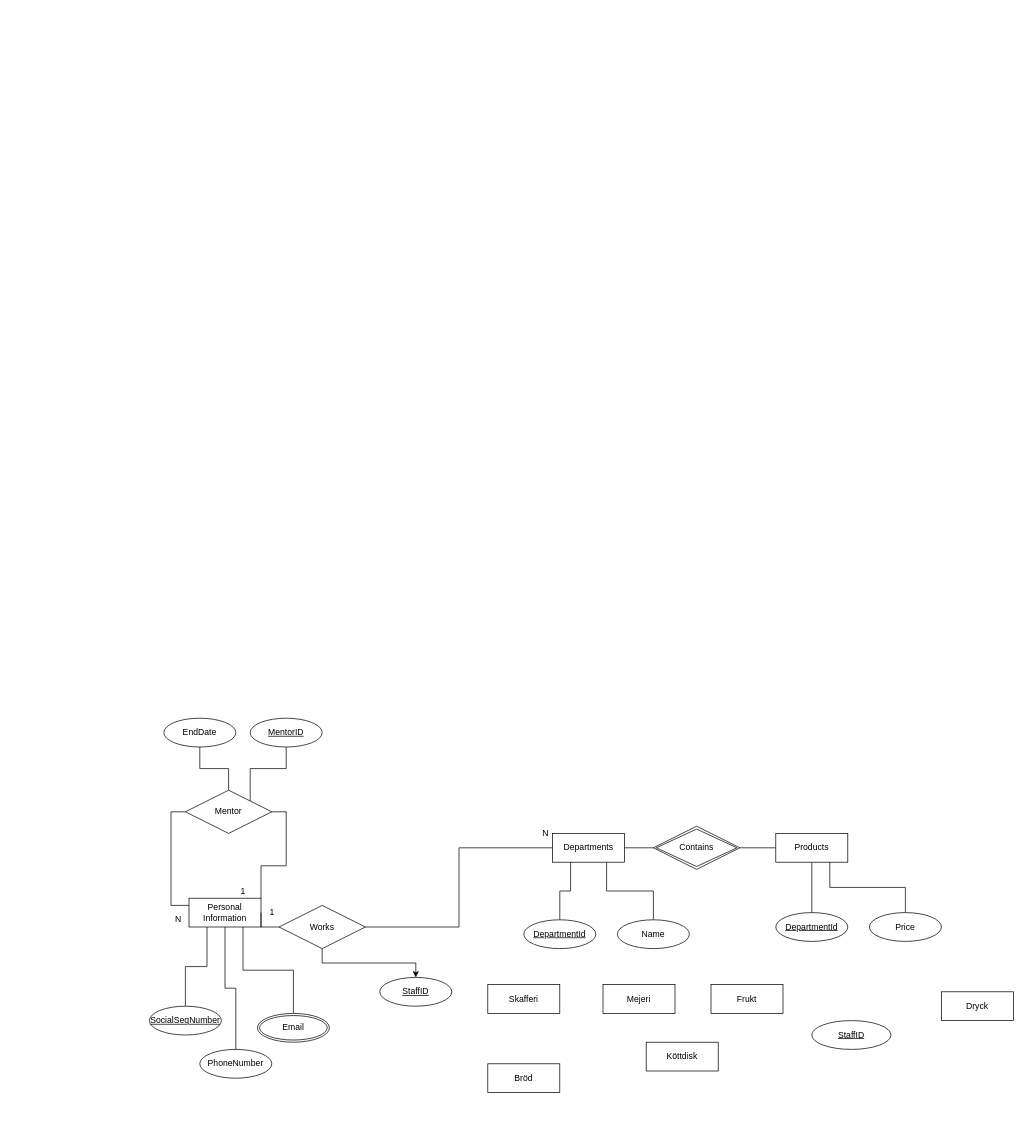
A-Lord/G5ERDIAG keeps this draw.io diagram as sojas.drawio. Above is the earlier version. Source tidied: cells renumbered, new cells numbered last; positions are measured from the earlier drawing's top-left corner, leaving out a move shared by most shapes. Both pictures are drawn from the tidied source at 72%, with x=0, y=0 at pixel (149, 718).
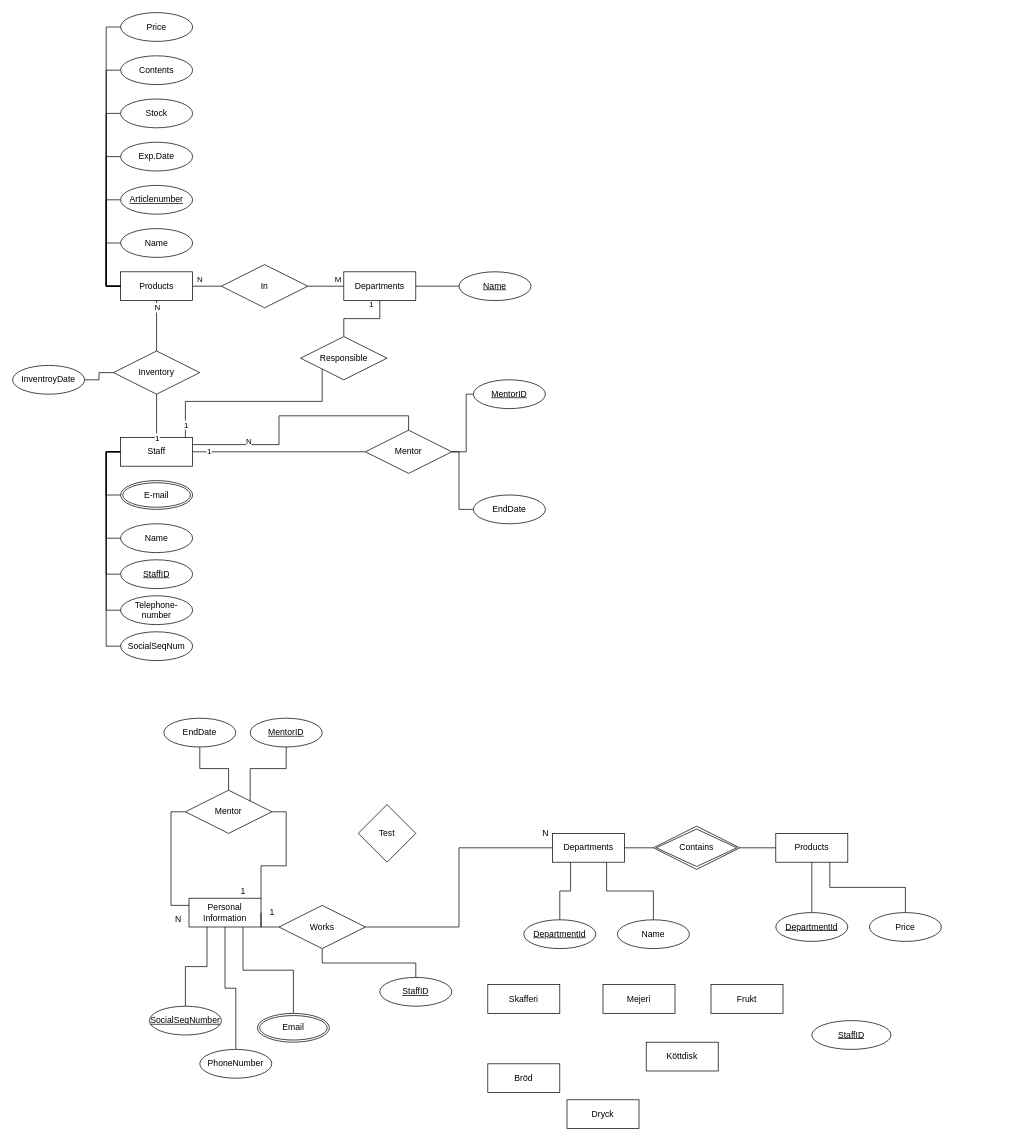
After the change.

Unchanged cells that the change refers to:
```xml
<mxCell id="25" value="StaffID" style="ellipse;whiteSpace=wrap;html=1;align=center;fontStyle=4;" parent="1" vertex="1">
  <mxGeometry x="320" y="360" width="100" height="40" as="geometry" />
</mxCell>
<mxCell id="38" value="Works" style="shape=rhombus;perimeter=rhombusPerimeter;whiteSpace=wrap;html=1;align=center;" parent="1" vertex="1">
  <mxGeometry x="180" y="260" width="120" height="60" as="geometry" />
</mxCell>
```

What changed in the source:
```diff
@@
     <mxCell id="5" value="Dryck" style="whiteSpace=wrap;html=1;align=center;" parent="1" vertex="1">
-      <mxGeometry x="1100" y="380" width="100" height="40" as="geometry" />
+      <mxGeometry x="580" y="530" width="100" height="40" as="geometry" />
     </mxCell>
@@
-    <mxCell id="37" style="edgeStyle=orthogonalEdgeStyle;rounded=0;jettySize=auto;html=1;exitX=0.5;exitY=1;exitDx=0;exitDy=0;entryX=0.5;entryY=0;entryDx=0;entryDy=0;" parent="1" edge="1" source="38" target="25">
+    <mxCell id="37" style="edgeStyle=orthogonalEdgeStyle;rounded=0;jettySize=auto;html=1;exitX=0.5;exitY=1;exitDx=0;exitDy=0;entryX=0.5;entryY=0;entryDx=0;entryDy=0;endArrow=none;endFill=0;" parent="1" edge="1" source="38" target="25">
       <mxGeometry relative="1" as="geometry" />
     </mxCell>
@@
+    <mxCell id="46" value="Test" style="rhombus;whiteSpace=wrap;html=1;" parent="1" vertex="1">
+      <mxGeometry x="290" y="120" width="80" height="80" as="geometry" />
+    </mxCell>
+    <mxCell id="47" value="Name" style="ellipse;whiteSpace=wrap;html=1;align=center;" parent="1" vertex="1">
+      <mxGeometry x="-40" y="-270" width="100" height="40" as="geometry" />
+    </mxCell>
+    <mxCell id="48" style="edgeStyle=orthogonalEdgeStyle;rounded=0;jettySize=auto;html=1;exitX=1;exitY=0.5;exitDx=0;exitDy=0;entryX=0;entryY=0.5;entryDx=0;entryDy=0;endArrow=none;endFill=0;" parent="1" edge="1" source="54" target="60">
+      <mxGeometry relative="1" as="geometry" />
+    </mxCell>
+    <mxCell id="49" value="1" style="edgeLabel;html=1;align=center;verticalAlign=middle;" parent="48" vertex="1">
+      <mxGeometry x="-0.82" y="1" relative="1" as="geometry" />
+    </mxCell>
+    <mxCell id="50" style="edgeStyle=orthogonalEdgeStyle;rounded=0;jettySize=auto;html=1;entryX=0;entryY=0.5;entryDx=0;entryDy=0;endArrow=none;endFill=0;" parent="1" edge="1" target="55">
+      <mxGeometry relative="1" as="geometry">
+        <mxPoint x="-40" y="-370" as="sourcePoint" />
+        <Array as="points">
+          <mxPoint x="-40" y="-370" />
+          <mxPoint x="-60" y="-370" />
+          <mxPoint x="-60" y="-200" />
+        </Array>
+      </mxGeometry>
+    </mxCell>
+    <mxCell id="51" style="edgeStyle=orthogonalEdgeStyle;rounded=0;jettySize=auto;html=1;exitX=0;exitY=0.5;exitDx=0;exitDy=0;entryX=0;entryY=0.5;entryDx=0;entryDy=0;endArrow=none;endFill=0;" parent="1" edge="1" source="54" target="47">
+      <mxGeometry relative="1" as="geometry">
+        <Array as="points">
+          <mxPoint x="-60" y="-370" />
+          <mxPoint x="-60" y="-250" />
+        </Array>
+      </mxGeometry>
+    </mxCell>
+    <mxCell id="52" style="edgeStyle=orthogonalEdgeStyle;rounded=0;jettySize=auto;html=1;exitX=0;exitY=0.5;exitDx=0;exitDy=0;entryX=0;entryY=0.5;entryDx=0;entryDy=0;endArrow=none;endFill=0;" parent="1" edge="1" source="54" target="56">
+      <mxGeometry relative="1" as="geometry" />
+    </mxCell>
+    <mxCell id="53" style="edgeStyle=orthogonalEdgeStyle;rounded=0;jettySize=auto;html=1;exitX=0;exitY=0.5;exitDx=0;exitDy=0;entryX=1;entryY=0.5;entryDx=0;entryDy=0;endArrow=none;endFill=0;" parent="1" edge="1" source="54" target="61">
+      <mxGeometry relative="1" as="geometry">
+        <Array as="points">
+          <mxPoint x="-60" y="-370" />
+          <mxPoint x="-60" y="-150" />
+        </Array>
+      </mxGeometry>
+    </mxCell>
+    <mxCell id="54" value="Staff" style="whiteSpace=wrap;html=1;align=center;" parent="1" vertex="1">
+      <mxGeometry x="-40" y="-390" width="100" height="40" as="geometry" />
+    </mxCell>
+    <mxCell id="55" value="StaffID" style="ellipse;whiteSpace=wrap;html=1;align=center;fontStyle=4;" parent="1" vertex="1">
+      <mxGeometry x="-40" y="-220" width="100" height="40" as="geometry" />
+    </mxCell>
+    <mxCell id="56" value="E-mail" style="ellipse;shape=doubleEllipse;margin=3;whiteSpace=wrap;html=1;align=center;" parent="1" vertex="1">
+      <mxGeometry x="-40" y="-330" width="100" height="40" as="geometry" />
+    </mxCell>
+    <mxCell id="57" style="edgeStyle=orthogonalEdgeStyle;rounded=0;jettySize=auto;html=1;exitX=0.5;exitY=0;exitDx=0;exitDy=0;endArrow=none;endFill=0;entryX=1;entryY=0.25;entryDx=0;entryDy=0;" parent="1" edge="1" source="60" target="54">
+      <mxGeometry relative="1" as="geometry">
+        <Array as="points">
+          <mxPoint x="360" y="-420" />
+          <mxPoint x="180" y="-420" />
+          <mxPoint x="180" y="-380" />
+        </Array>
+      </mxGeometry>
+    </mxCell>
+    <mxCell id="58" value="N" style="edgeLabel;html=1;align=center;verticalAlign=middle;" parent="57" vertex="1">
+      <mxGeometry x="0.58" y="-1" relative="1" as="geometry">
+        <mxPoint x="1" y="-4" as="offset" />
+      </mxGeometry>
+    </mxCell>
+    <mxCell id="59" style="edgeStyle=orthogonalEdgeStyle;rounded=0;jettySize=auto;html=1;exitX=1;exitY=0.5;exitDx=0;exitDy=0;entryX=0;entryY=0.5;entryDx=0;entryDy=0;endArrow=none;endFill=0;" parent="1" edge="1" source="60" target="62">
+      <mxGeometry relative="1" as="geometry">
+        <Array as="points">
+          <mxPoint x="440" y="-370" />
+          <mxPoint x="440" y="-450" />
+        </Array>
+      </mxGeometry>
+    </mxCell>
+    <mxCell id="60" value="Mentor" style="shape=rhombus;perimeter=rhombusPerimeter;whiteSpace=wrap;html=1;align=center;" parent="1" vertex="1">
+      <mxGeometry x="300" y="-400" width="120" height="60" as="geometry" />
+    </mxCell>
+    <mxCell id="61" value="Telephone-number" style="ellipse;whiteSpace=wrap;html=1;align=center;" parent="1" vertex="1">
+      <mxGeometry x="-40" y="-170" width="100" height="40" as="geometry" />
+    </mxCell>
+    <mxCell id="62" value="MentorID" style="ellipse;whiteSpace=wrap;html=1;align=center;fontStyle=4;hachureGap=4;" parent="1" vertex="1">
+      <mxGeometry x="450" y="-470" width="100" height="40" as="geometry" />
+    </mxCell>
+    <mxCell id="63" style="edgeStyle=orthogonalEdgeStyle;rounded=0;jettySize=auto;html=1;exitX=0;exitY=0.5;exitDx=0;exitDy=0;entryX=1;entryY=0.5;entryDx=0;entryDy=0;endArrow=none;endFill=0;sourcePerimeterSpacing=8;targetPerimeterSpacing=8;" parent="1" edge="1" source="64" target="60">
+      <mxGeometry relative="1" as="geometry">
+        <Array as="points">
+          <mxPoint x="430" y="-290" />
+          <mxPoint x="430" y="-370" />
+        </Array>
+      </mxGeometry>
+    </mxCell>
+    <mxCell id="64" value="EndDate" style="ellipse;whiteSpace=wrap;html=1;align=center;hachureGap=4;" parent="1" vertex="1">
+      <mxGeometry x="450" y="-310" width="100" height="40" as="geometry" />
+    </mxCell>
+    <mxCell id="65" style="edgeStyle=orthogonalEdgeStyle;rounded=0;jettySize=auto;html=1;exitX=0.5;exitY=1;exitDx=0;exitDy=0;entryX=0.5;entryY=0;entryDx=0;entryDy=0;endArrow=none;endFill=0;sourcePerimeterSpacing=8;targetPerimeterSpacing=8;" parent="1" edge="1" source="69" target="84">
+      <mxGeometry relative="1" as="geometry" />
+    </mxCell>
+    <mxCell id="66" value="1" style="edgeLabel;html=1;align=center;verticalAlign=middle;" parent="65" vertex="1">
+      <mxGeometry x="-0.23" relative="1" as="geometry">
+        <mxPoint x="1" y="-20" as="offset" />
+      </mxGeometry>
+    </mxCell>
+    <mxCell id="67" style="edgeStyle=orthogonalEdgeStyle;rounded=0;jettySize=auto;html=1;exitX=0;exitY=0.5;exitDx=0;exitDy=0;entryX=1;entryY=0.5;entryDx=0;entryDy=0;endArrow=none;endFill=0;" parent="1" edge="1" source="69" target="86">
+      <mxGeometry relative="1" as="geometry" />
+    </mxCell>
+    <mxCell id="68" value="M" style="edgeLabel;html=1;align=center;verticalAlign=middle;" parent="67" vertex="1">
+      <mxGeometry x="-0.74" relative="1" as="geometry">
+        <mxPoint x="-2" y="-10" as="offset" />
+      </mxGeometry>
+    </mxCell>
+    <mxCell id="69" value="Departments" style="whiteSpace=wrap;html=1;align=center;hachureGap=4;" parent="1" vertex="1">
+      <mxGeometry x="270" y="-620" width="100" height="40" as="geometry" />
+    </mxCell>
+    <mxCell id="70" style="edgeStyle=orthogonalEdgeStyle;rounded=0;jettySize=auto;html=1;exitX=1;exitY=0.5;exitDx=0;exitDy=0;endArrow=none;endFill=0;entryX=0;entryY=0.5;entryDx=0;entryDy=0;" parent="1" edge="1" source="71" target="54">
+      <mxGeometry relative="1" as="geometry">
+        <Array as="points">
+          <mxPoint x="-60" y="-100" />
+          <mxPoint x="-60" y="-370" />
+        </Array>
+      </mxGeometry>
+    </mxCell>
+    <mxCell id="71" value="SocialSeqNum" style="ellipse;whiteSpace=wrap;html=1;align=center;" parent="1" vertex="1">
+      <mxGeometry x="-40" y="-120" width="100" height="40" as="geometry" />
+    </mxCell>
+    <mxCell id="72" style="edgeStyle=orthogonalEdgeStyle;rounded=0;jettySize=auto;html=1;exitX=0.5;exitY=1;exitDx=0;exitDy=0;entryX=0.5;entryY=0;entryDx=0;entryDy=0;endArrow=none;endFill=0;sourcePerimeterSpacing=8;targetPerimeterSpacing=8;" parent="1" edge="1" source="76" target="80">
+      <mxGeometry relative="1" as="geometry" />
+    </mxCell>
+    <mxCell id="73" value="N" style="edgeLabel;html=1;align=center;verticalAlign=middle;" parent="72" vertex="1">
+      <mxGeometry x="-0.74" relative="1" as="geometry" />
+    </mxCell>
+    <mxCell id="74" value="N" style="edgeStyle=orthogonalEdgeStyle;rounded=0;jettySize=auto;html=1;exitX=1;exitY=0.5;exitDx=0;exitDy=0;entryX=0;entryY=0.5;entryDx=0;entryDy=0;endArrow=none;endFill=0;" parent="1" edge="1" source="76" target="86">
+      <mxGeometry x="-0.5" y="10" relative="1" as="geometry" />
+    </mxCell>
+    <mxCell id="75" style="edgeStyle=orthogonalEdgeStyle;rounded=0;jettySize=auto;html=1;exitX=0;exitY=0.5;exitDx=0;exitDy=0;entryX=0;entryY=0.5;entryDx=0;entryDy=0;endArrow=none;endFill=0;" parent="1" edge="1" source="76" target="85">
+      <mxGeometry relative="1" as="geometry" />
+    </mxCell>
+    <mxCell id="76" value="Products" style="whiteSpace=wrap;html=1;align=center;hachureGap=4;" parent="1" vertex="1">
+      <mxGeometry x="-40" y="-620" width="100" height="40" as="geometry" />
+    </mxCell>
+    <mxCell id="77" style="edgeStyle=orthogonalEdgeStyle;rounded=0;jettySize=auto;html=1;exitX=0.5;exitY=1;exitDx=0;exitDy=0;entryX=0.5;entryY=0;entryDx=0;entryDy=0;endArrow=none;endFill=0;sourcePerimeterSpacing=8;targetPerimeterSpacing=8;" parent="1" edge="1" source="80" target="54">
+      <mxGeometry relative="1" as="geometry">
+        <Array as="points">
+          <mxPoint x="10" y="-390" />
+        </Array>
+      </mxGeometry>
+    </mxCell>
+    <mxCell id="78" value="1" style="edgeLabel;html=1;align=center;verticalAlign=middle;" parent="77" vertex="1">
+      <mxGeometry x="0.5" relative="1" as="geometry">
+        <mxPoint y="15" as="offset" />
+      </mxGeometry>
+    </mxCell>
+    <mxCell id="79" style="edgeStyle=orthogonalEdgeStyle;rounded=0;jettySize=auto;html=1;exitX=0;exitY=0.5;exitDx=0;exitDy=0;entryX=1;entryY=0.5;entryDx=0;entryDy=0;endArrow=none;endFill=0;sourcePerimeterSpacing=8;targetPerimeterSpacing=8;" parent="1" edge="1" source="80" target="81">
+      <mxGeometry relative="1" as="geometry" />
+    </mxCell>
+    <mxCell id="80" value="Inventory" style="shape=rhombus;perimeter=rhombusPerimeter;whiteSpace=wrap;html=1;align=center;hachureGap=4;" parent="1" vertex="1">
+      <mxGeometry x="-50" y="-510" width="120" height="60" as="geometry" />
+    </mxCell>
+    <mxCell id="81" value="InventroyDate" style="ellipse;whiteSpace=wrap;html=1;align=center;hachureGap=4;" parent="1" vertex="1">
+      <mxGeometry x="-190" y="-490" width="100" height="40" as="geometry" />
+    </mxCell>
+    <mxCell id="82" style="edgeStyle=orthogonalEdgeStyle;rounded=0;jettySize=auto;html=1;exitX=0;exitY=1;exitDx=0;exitDy=0;endArrow=none;endFill=0;sourcePerimeterSpacing=8;targetPerimeterSpacing=8;" parent="1" edge="1" source="84">
+      <mxGeometry relative="1" as="geometry">
+        <mxPoint x="50" y="-390" as="targetPoint" />
+        <Array as="points">
+          <mxPoint x="240" y="-440" />
+          <mxPoint x="50" y="-440" />
+        </Array>
+      </mxGeometry>
+    </mxCell>
+    <mxCell id="83" value="1" style="edgeLabel;html=1;align=center;verticalAlign=middle;" parent="82" vertex="1">
+      <mxGeometry x="0.82" y="2" relative="1" as="geometry">
+        <mxPoint x="-2" y="8" as="offset" />
+      </mxGeometry>
+    </mxCell>
+    <mxCell id="84" value="Responsible" style="shape=rhombus;perimeter=rhombusPerimeter;whiteSpace=wrap;html=1;align=center;hachureGap=4;" parent="1" vertex="1">
+      <mxGeometry x="210" y="-530" width="120" height="60" as="geometry" />
+    </mxCell>
+    <mxCell id="85" value="Name" style="ellipse;whiteSpace=wrap;html=1;align=center;" parent="1" vertex="1">
+      <mxGeometry x="-40" y="-680" width="100" height="40" as="geometry" />
+    </mxCell>
+    <mxCell id="86" value="In" style="shape=rhombus;perimeter=rhombusPerimeter;whiteSpace=wrap;html=1;align=center;" parent="1" vertex="1">
+      <mxGeometry x="100" y="-630" width="120" height="60" as="geometry" />
+    </mxCell>
+    <mxCell id="87" style="edgeStyle=orthogonalEdgeStyle;rounded=0;jettySize=auto;html=1;exitX=0;exitY=0.5;exitDx=0;exitDy=0;entryX=0;entryY=0.5;entryDx=0;entryDy=0;endArrow=none;endFill=0;" parent="1" edge="1" source="89" target="76">
+      <mxGeometry relative="1" as="geometry" />
+    </mxCell>
+    <mxCell id="88" style="edgeStyle=orthogonalEdgeStyle;rounded=0;jettySize=auto;html=1;exitX=0;exitY=0.5;exitDx=0;exitDy=0;entryX=1;entryY=0.5;entryDx=0;entryDy=0;endArrow=none;endFill=0;" parent="1" edge="1" source="91" target="69">
+      <mxGeometry relative="1" as="geometry" />
+    </mxCell>
+    <mxCell id="89" value="Exp.Date" style="ellipse;whiteSpace=wrap;html=1;align=center;" parent="1" vertex="1">
+      <mxGeometry x="-40" y="-800" width="100" height="40" as="geometry" />
+    </mxCell>
+    <mxCell id="90" style="edgeStyle=orthogonalEdgeStyle;rounded=0;jettySize=auto;html=1;exitX=0;exitY=0.5;exitDx=0;exitDy=0;endArrow=none;endFill=0;entryX=0;entryY=0.5;entryDx=0;entryDy=0;" parent="1" edge="1" source="92" target="76">
+      <mxGeometry relative="1" as="geometry" />
+    </mxCell>
+    <mxCell id="91" value="Name" style="ellipse;whiteSpace=wrap;html=1;align=center;fontStyle=4;" parent="1" vertex="1">
+      <mxGeometry x="430" y="-620" width="100" height="40" as="geometry" />
+    </mxCell>
+    <mxCell id="92" value="Articlenumber" style="ellipse;whiteSpace=wrap;html=1;align=center;fontStyle=4;" parent="1" vertex="1">
+      <mxGeometry x="-40" y="-740" width="100" height="40" as="geometry" />
+    </mxCell>
+    <mxCell id="93" style="edgeStyle=orthogonalEdgeStyle;rounded=0;jettySize=auto;html=1;exitX=0;exitY=0.5;exitDx=0;exitDy=0;entryX=0;entryY=0.5;entryDx=0;entryDy=0;endArrow=none;endFill=0;" parent="1" edge="1" source="94" target="76">
+      <mxGeometry relative="1" as="geometry" />
+    </mxCell>
+    <mxCell id="94" value="Stock" style="ellipse;whiteSpace=wrap;html=1;align=center;" parent="1" vertex="1">
+      <mxGeometry x="-40" y="-860" width="100" height="40" as="geometry" />
+    </mxCell>
+    <mxCell id="95" style="edgeStyle=orthogonalEdgeStyle;rounded=0;jettySize=auto;html=1;exitX=0;exitY=0.5;exitDx=0;exitDy=0;entryX=0;entryY=0.5;entryDx=0;entryDy=0;endArrow=none;endFill=0;" parent="1" edge="1" source="96" target="76">
+      <mxGeometry relative="1" as="geometry" />
+    </mxCell>
+    <mxCell id="96" value="Price" style="ellipse;whiteSpace=wrap;html=1;align=center;" parent="1" vertex="1">
+      <mxGeometry x="-40" y="-980" width="100" height="40" as="geometry" />
+    </mxCell>
+    <mxCell id="97" style="edgeStyle=orthogonalEdgeStyle;rounded=0;jettySize=auto;html=1;exitX=0;exitY=0.5;exitDx=0;exitDy=0;entryX=0;entryY=0.5;entryDx=0;entryDy=0;endArrow=none;endFill=0;" parent="1" edge="1" source="98" target="76">
+      <mxGeometry relative="1" as="geometry" />
+    </mxCell>
+    <mxCell id="98" value="Contents" style="ellipse;whiteSpace=wrap;html=1;align=center;" parent="1" vertex="1">
+      <mxGeometry x="-40" y="-920" width="100" height="40" as="geometry" />
+    </mxCell>
```
